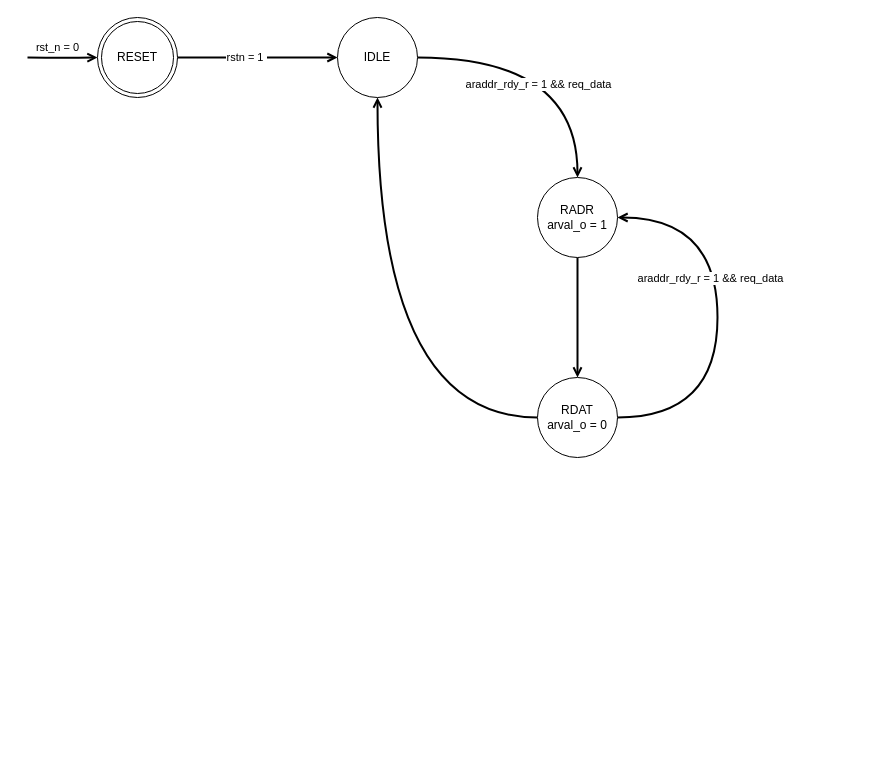
The draw.io diagram page "vga_mem_ctrl_fsm" (4 of 4) of docs/top_lvl_block_diagram.drawio in T-Szymk/VGA_Controller, before the edit. Source tidied: cells renumbered, new cells numbered last; positions are measured from the earlier drawing's top-left corner, leaving out a move shared by most shapes. Both pictures are drawn from the tidied source at 100%, with x=0, y=0 at pixel (27, 17).
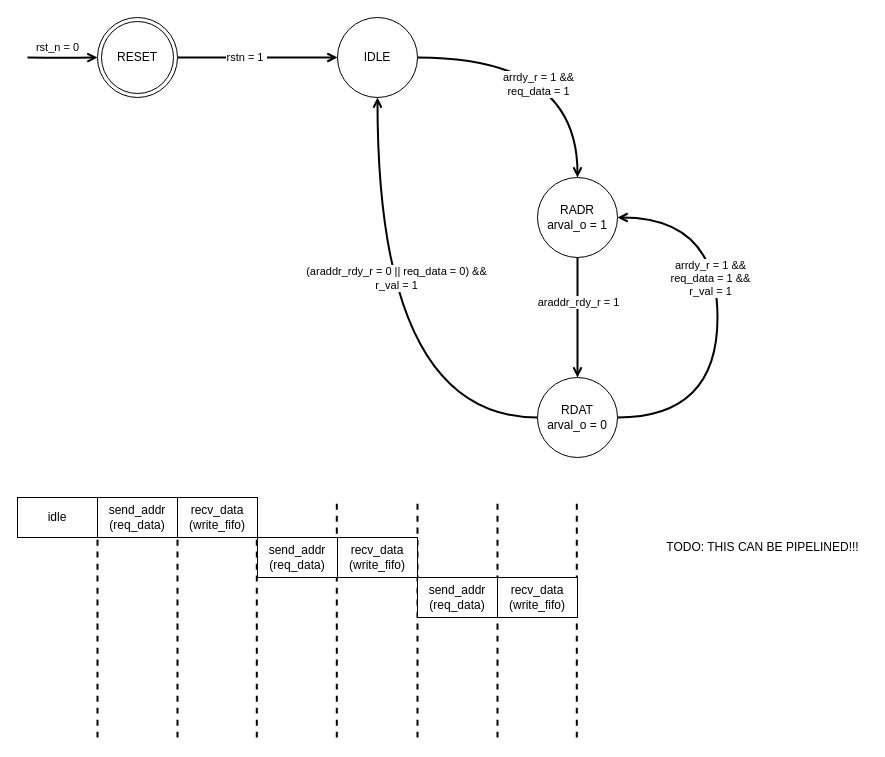
Above is the later version.

Commit message (it also covers changes not shown here):
updated FSM and timing diagram for AXI interface

Unchanged cells that the change refers to:
```xml
<mxCell id="6" style="edgeStyle=orthogonalEdgeStyle;curved=1;rounded=0;jettySize=auto;html=1;exitX=1;exitY=0.5;exitDx=0;exitDy=0;entryX=0.5;entryY=0;entryDx=0;entryDy=0;endArrow=open;endFill=0;strokeWidth=2;" parent="1" edge="1" source="8" target="10">
  <mxGeometry relative="1" as="geometry" />
</mxCell>
<mxCell id="9" style="edgeStyle=orthogonalEdgeStyle;curved=1;rounded=0;jettySize=auto;html=1;exitX=0.5;exitY=1;exitDx=0;exitDy=0;entryX=0.5;entryY=0;entryDx=0;entryDy=0;endArrow=open;endFill=0;strokeWidth=2;" parent="1" edge="1" source="10" target="14">
  <mxGeometry relative="1" as="geometry" />
</mxCell>
<mxCell id="11" style="edgeStyle=orthogonalEdgeStyle;curved=1;rounded=0;jettySize=auto;html=1;exitX=1;exitY=0.5;exitDx=0;exitDy=0;entryX=1;entryY=0.5;entryDx=0;entryDy=0;endArrow=open;endFill=0;strokeWidth=2;" parent="1" edge="1" source="14" target="10">
  <mxGeometry relative="1" as="geometry">
    <Array as="points">
      <mxPoint x="690" y="400" />
      <mxPoint x="690" y="200" />
    </Array>
  </mxGeometry>
</mxCell>
<mxCell id="13" style="edgeStyle=orthogonalEdgeStyle;curved=1;rounded=0;jettySize=auto;html=1;exitX=0;exitY=0.5;exitDx=0;exitDy=0;entryX=0.5;entryY=1;entryDx=0;entryDy=0;endArrow=open;endFill=0;strokeWidth=2;" parent="1" edge="1" source="14" target="8">
  <mxGeometry relative="1" as="geometry" />
</mxCell>
```

Change to the diagram source:
```diff
@@
-    <mxCell id="7" value="araddr_rdy_r = 1 &amp;amp;&amp;amp; req_data" style="edgeLabel;html=1;align=center;verticalAlign=middle;" parent="6" vertex="1">
+    <mxCell id="7" value="arrdy_r = 1 &amp;amp;&amp;amp; &lt;br&gt;req_data = 1" style="edgeLabel;html=1;align=center;verticalAlign=middle;" parent="6" vertex="1">
       <mxGeometry x="-0.14" y="-26" relative="1" as="geometry" />
     </mxCell>
@@
+    <mxCell id="15" value="araddr_rdy_r = 1" style="edgeLabel;html=1;align=center;verticalAlign=middle;" parent="9" vertex="1">
+      <mxGeometry x="-0.27" relative="1" as="geometry" />
+    </mxCell>
@@
-    <mxCell id="12" value="araddr_rdy_r = 1 &amp;amp;&amp;amp; req_data" style="edgeLabel;html=1;align=center;verticalAlign=middle;" parent="11" vertex="1">
+    <mxCell id="12" value="arrdy_r = 1 &amp;amp;&amp;amp; &lt;br&gt;req_data = 1 &amp;amp;&amp;amp;&lt;br&gt;r_val = 1" style="edgeLabel;html=1;align=center;verticalAlign=middle;" parent="11" vertex="1">
       <mxGeometry x="0.2" y="8" relative="1" as="geometry" />
     </mxCell>
@@
+    <mxCell id="16" value="(araddr_rdy_r = 0 || req_data = 0) &amp;amp;&amp;amp;&lt;br&gt;r_val = 1" style="edgeLabel;html=1;align=center;verticalAlign=middle;" parent="13" vertex="1">
+      <mxGeometry x="0.25" y="-18" relative="1" as="geometry" />
+    </mxCell>
@@
+    <mxCell id="17" style="endArrow=none;dashed=1;html=1;rounded=0;strokeWidth=2;curved=1;" parent="1" edge="1">
+      <mxGeometry relative="1" as="geometry">
+        <mxPoint x="70" y="720" as="sourcePoint" />
+        <mxPoint x="70" y="480" as="targetPoint" />
+      </mxGeometry>
+    </mxCell>
+    <mxCell id="18" style="endArrow=none;dashed=1;html=1;rounded=0;strokeWidth=2;curved=1;" parent="1" edge="1">
+      <mxGeometry relative="1" as="geometry">
+        <mxPoint x="150" y="720" as="sourcePoint" />
+        <mxPoint x="150" y="480" as="targetPoint" />
+      </mxGeometry>
+    </mxCell>
+    <mxCell id="19" style="endArrow=none;dashed=1;html=1;rounded=0;strokeWidth=2;curved=1;" parent="1" edge="1">
+      <mxGeometry relative="1" as="geometry">
+        <mxPoint x="229.3" y="720" as="sourcePoint" />
+        <mxPoint x="229.3" y="480" as="targetPoint" />
+      </mxGeometry>
+    </mxCell>
+    <mxCell id="20" style="endArrow=none;dashed=1;html=1;rounded=0;strokeWidth=2;curved=1;" parent="1" edge="1">
+      <mxGeometry relative="1" as="geometry">
+        <mxPoint x="309.3" y="720" as="sourcePoint" />
+        <mxPoint x="309.3" y="480" as="targetPoint" />
+      </mxGeometry>
+    </mxCell>
+    <mxCell id="21" style="endArrow=none;dashed=1;html=1;rounded=0;strokeWidth=2;curved=1;" parent="1" edge="1">
+      <mxGeometry relative="1" as="geometry">
+        <mxPoint x="390" y="720" as="sourcePoint" />
+        <mxPoint x="390" y="480" as="targetPoint" />
+      </mxGeometry>
+    </mxCell>
+    <mxCell id="22" style="endArrow=none;dashed=1;html=1;rounded=0;strokeWidth=2;curved=1;" parent="1" edge="1">
+      <mxGeometry relative="1" as="geometry">
+        <mxPoint x="470" y="720" as="sourcePoint" />
+        <mxPoint x="470" y="480" as="targetPoint" />
+      </mxGeometry>
+    </mxCell>
+    <mxCell id="23" style="endArrow=none;dashed=1;html=1;rounded=0;strokeWidth=2;curved=1;" parent="1" edge="1">
+      <mxGeometry relative="1" as="geometry">
+        <mxPoint x="549.3" y="720" as="sourcePoint" />
+        <mxPoint x="549.3" y="480" as="targetPoint" />
+      </mxGeometry>
+    </mxCell>
+    <mxCell id="24" value="send_addr&lt;br&gt;(req_data)" style="rounded=0;whiteSpace=wrap;html=1;" parent="1" vertex="1">
+      <mxGeometry x="70" y="480" width="80" height="40" as="geometry" />
+    </mxCell>
+    <mxCell id="25" value="recv_data&lt;br&gt;(write_fifo)" style="rounded=0;whiteSpace=wrap;html=1;" parent="1" vertex="1">
+      <mxGeometry x="150" y="480" width="80" height="40" as="geometry" />
+    </mxCell>
+    <mxCell id="26" value="send_addr&lt;br&gt;(req_data)" style="rounded=0;whiteSpace=wrap;html=1;" parent="1" vertex="1">
+      <mxGeometry x="230" y="520" width="80" height="40" as="geometry" />
+    </mxCell>
+    <mxCell id="27" value="recv_data&lt;br&gt;(write_fifo)" style="rounded=0;whiteSpace=wrap;html=1;" parent="1" vertex="1">
+      <mxGeometry x="310" y="520" width="80" height="40" as="geometry" />
+    </mxCell>
+    <mxCell id="28" value="send_addr&lt;br&gt;(req_data)" style="rounded=0;whiteSpace=wrap;html=1;" parent="1" vertex="1">
+      <mxGeometry x="390" y="560" width="80" height="40" as="geometry" />
+    </mxCell>
+    <mxCell id="29" value="recv_data&lt;br&gt;(write_fifo)" style="rounded=0;whiteSpace=wrap;html=1;" parent="1" vertex="1">
+      <mxGeometry x="470" y="560" width="80" height="40" as="geometry" />
+    </mxCell>
+    <mxCell id="30" value="idle" style="rounded=0;whiteSpace=wrap;html=1;" parent="1" vertex="1">
+      <mxGeometry x="-10" y="480" width="80" height="40" as="geometry" />
+    </mxCell>
+    <mxCell id="31" value="TODO: THIS CAN BE PIPELINED!!!" style="text;html=1;align=center;verticalAlign=middle;strokeColor=none;fillColor=none;" parent="1" vertex="1">
+      <mxGeometry x="630" y="520" width="210" height="20" as="geometry" />
+    </mxCell>
```
